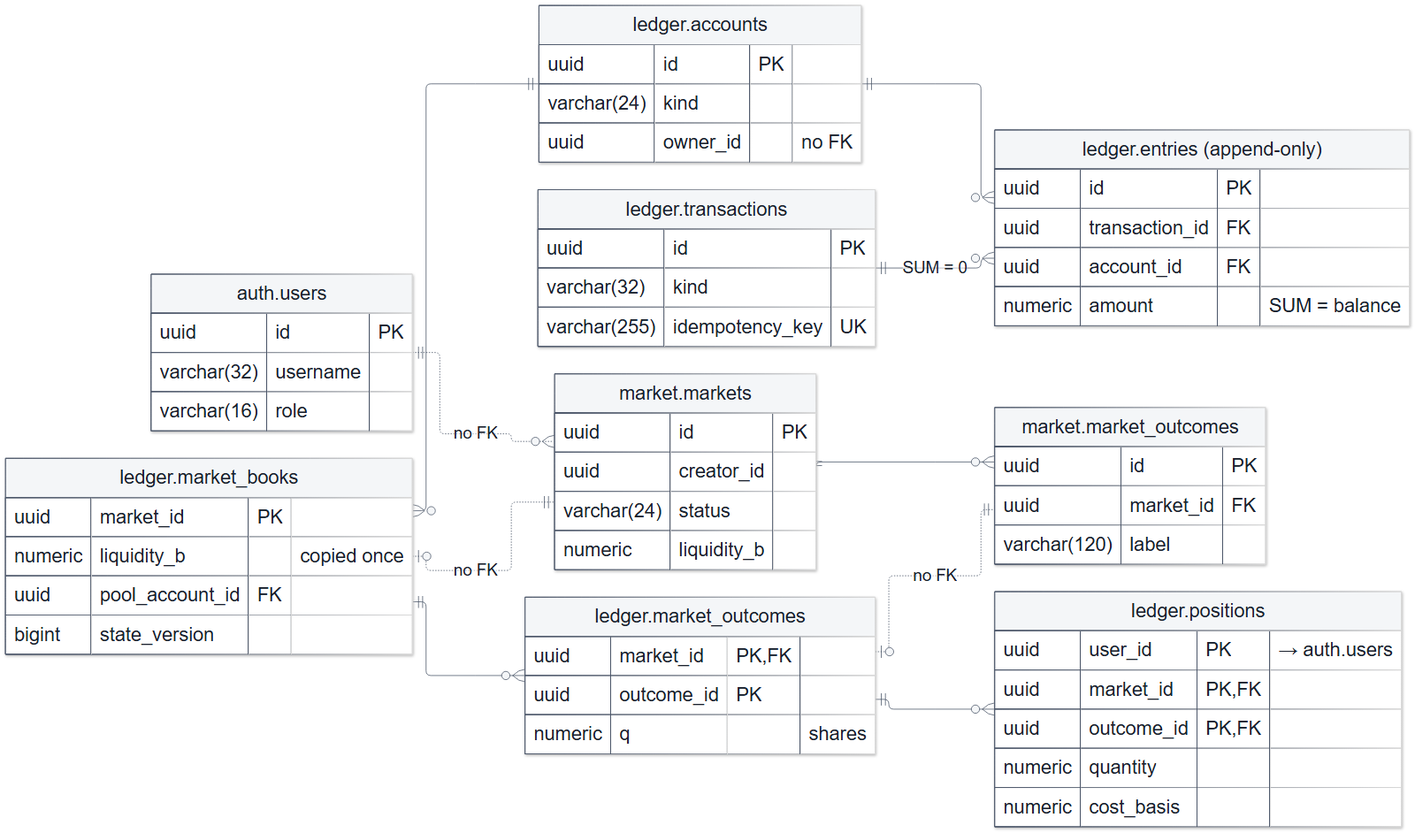
The Mermaid diagram docs/diagrams/rendered/13-erd-simplified.png in decker757/CS464, before a commit. Its source is kept beside it as docs/diagrams/13-erd-simplified.mmd. The source it was exported from:
```mermaid
%%{init: {"elk": {"layeringStrategy": "DF_MODEL_ORDER"}, "themeVariables": {"fontSize": "28px"}, "themeCSS": ".edgeLabel .label, .edgeLabel p, .edgeLabel span { font-size: 24px !important; }"}}%%
erDiagram
    direction LR

    auth_users["auth.users"] {
        uuid id PK
        varchar(32) username
        varchar(16) role
    }

    market_markets["market.markets"] {
        uuid id PK
        uuid creator_id
        varchar(24) status
        numeric liquidity_b
    }
    market_market_outcomes["market.market_outcomes"] {
        uuid id PK
        uuid market_id FK
        varchar(120) label
    }

    ledger_accounts["ledger.accounts"] {
        uuid id PK
        varchar(24) kind
        uuid owner_id "no FK"
    }
    ledger_transactions["ledger.transactions"] {
        uuid id PK
        varchar(32) kind
        varchar(255) idempotency_key UK
    }
    ledger_entries["ledger.entries (append‑only)"] {
        uuid id PK
        uuid transaction_id FK
        uuid account_id FK
        numeric amount "SUM = balance"
    }

    ledger_market_books["ledger.market_books"] {
        uuid market_id PK
        numeric liquidity_b "copied once"
        uuid pool_account_id FK
        bigint state_version
    }
    ledger_market_outcomes["ledger.market_outcomes"] {
        uuid market_id PK, FK
        uuid outcome_id PK
        numeric q "shares"
    }
    ledger_positions["ledger.positions"] {
        uuid user_id PK "→ auth.users"
        uuid market_id PK, FK
        uuid outcome_id PK, FK
        numeric quantity
        numeric cost_basis
    }

    market_markets ||--o{ market_market_outcomes : ""
    ledger_transactions ||--o{ ledger_entries : "SUM = 0"
    ledger_accounts ||--o{ ledger_entries : ""
    ledger_market_books }o--|| ledger_accounts : ""
    ledger_market_books ||--o{ ledger_market_outcomes : ""
    ledger_market_outcomes ||--o{ ledger_positions : ""

    auth_users ||..o{ market_markets : "no FK"
    ledger_market_books |o..|| market_markets : "no FK"
    ledger_market_outcomes |o..|| market_market_outcomes : "no FK"
```
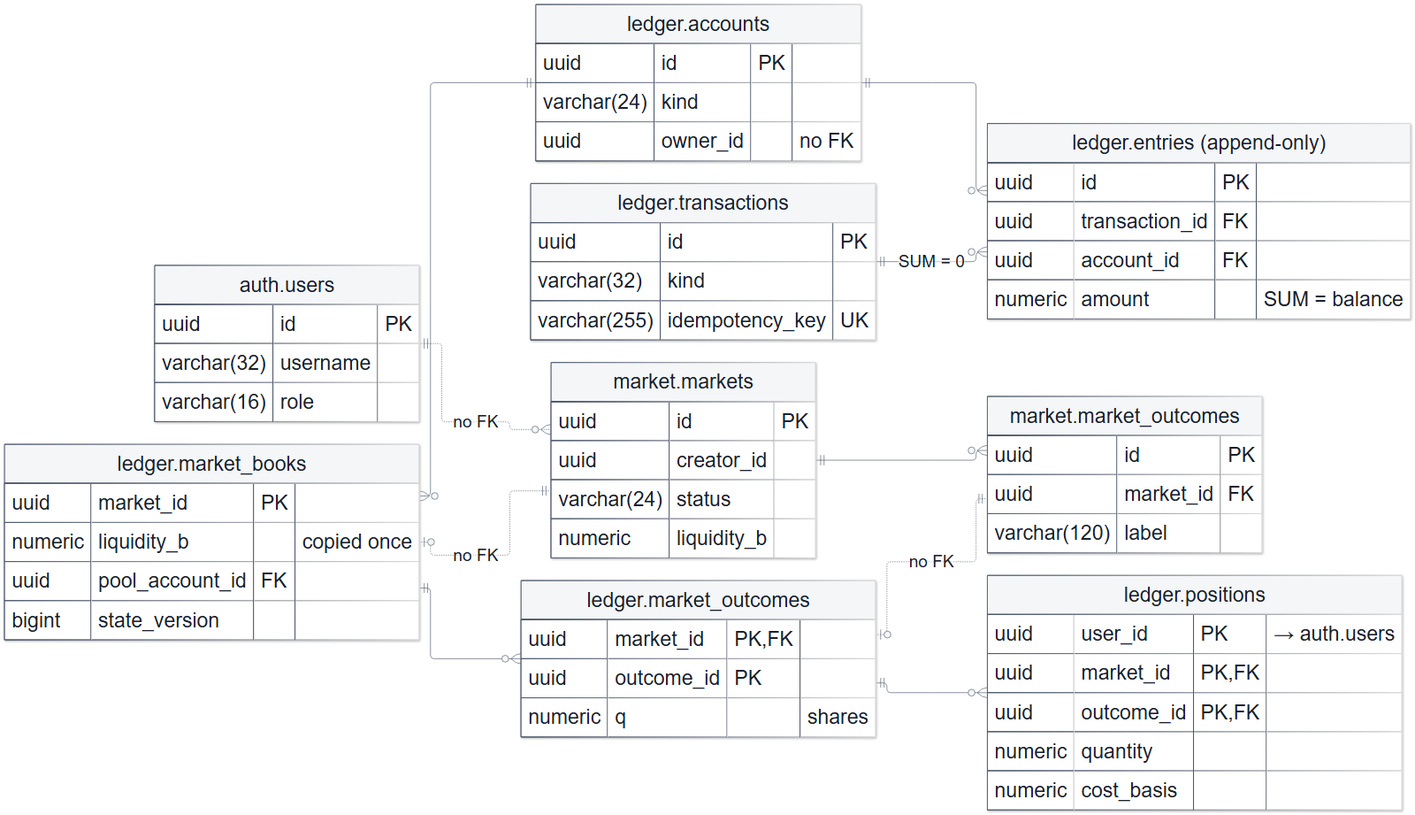
After the change.

Commit message:
fix(diagrams): larger simplified ERD, and journeys of five boxes where B's trade moves the price past A's limit

What changed in the source:
```diff
@@ -1,4 +1,4 @@
-%%{init: {"elk": {"layeringStrategy": "DF_MODEL_ORDER"}, "themeVariables": {"fontSize": "28px"}, "themeCSS": ".edgeLabel .label, .edgeLabel p, .edgeLabel span { font-size: 24px !important; }"}}%%
+%%{init: {"elk": {"layeringStrategy": "DF_MODEL_ORDER"}, "themeVariables": {"fontSize": "36px"}, "themeCSS": ".edgeLabel .label, .edgeLabel p, .edgeLabel span { font-size: 30px !important; }"}}%%
 erDiagram
     direction LR
 
```
